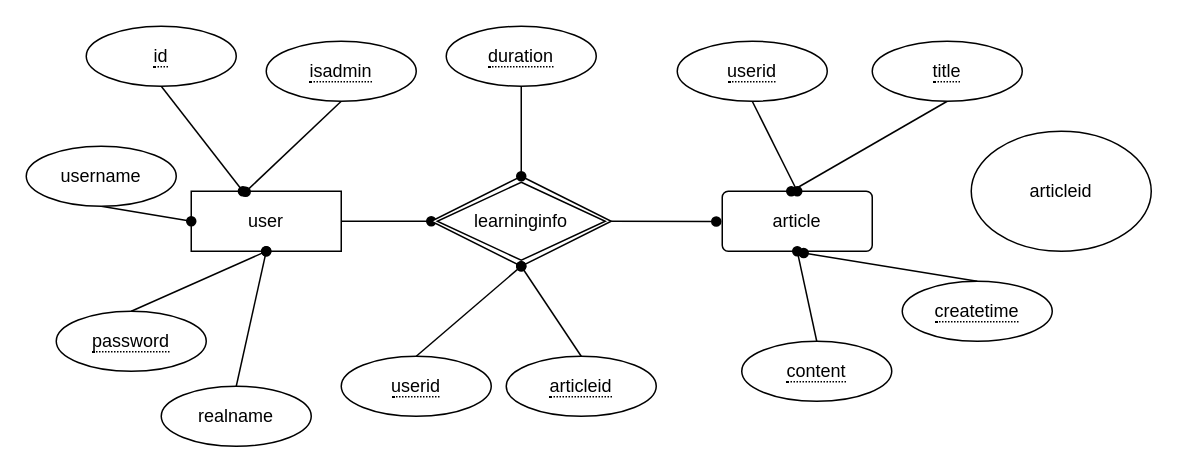
suckitfa/- keeps this draw.io diagram as Untitled Diagram.drawio. Above is the earlier version. Source tidied: cells renumbered, new cells numbered last; positions are measured from the earlier drawing's top-left corner, leaving out a move shared by most shapes. Both pictures are drawn from the tidied source at 150%, with x=0, y=0 at pixel (26, 26).
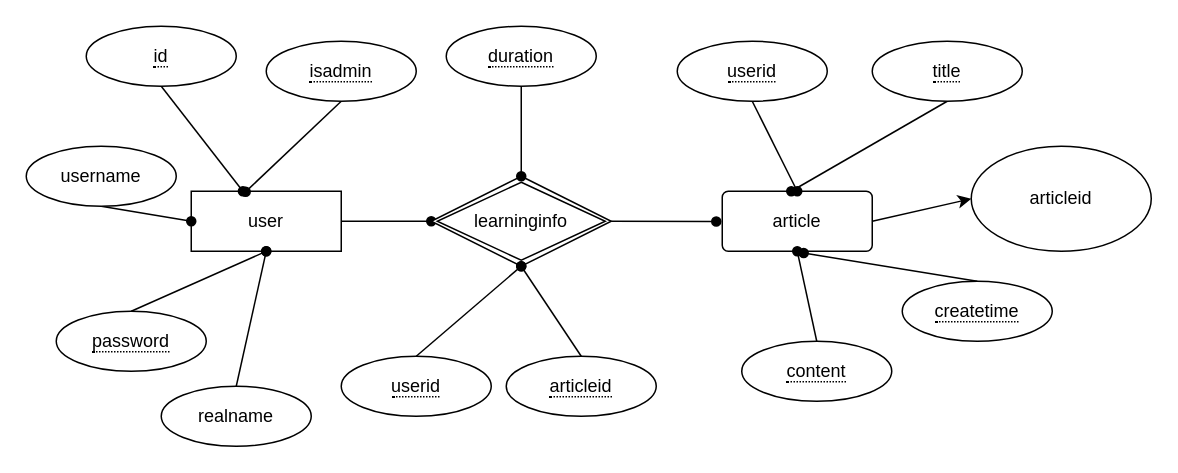
The same page after the edit.

Commit message:
更新数据表

The change refers to these unchanged cells:
```xml
<mxCell id="10" value="article" style="rounded=1;arcSize=10;whiteSpace=wrap;html=1;align=center;" parent="1" vertex="1">
  <mxGeometry x="464" y="110" width="100" height="40" as="geometry" />
</mxCell>
```

Change to the diagram source:
```diff
@@
+    <mxCell id="32" style="rounded=0;jettySize=auto;html=1;exitX=1;exitY=0.5;exitDx=0;exitDy=0;entryX=0;entryY=0.5;entryDx=0;entryDy=0;" parent="1" edge="1" source="10" target="31">
+      <mxGeometry relative="1" as="geometry" />
+    </mxCell>
@@
     <mxCell id="31" value="articleid" style="ellipse;whiteSpace=wrap;html=1;" parent="1" vertex="1">
-      <mxGeometry x="630" y="70" width="120" height="80" as="geometry" />
+      <mxGeometry x="630" y="80" width="120" height="70" as="geometry" />
     </mxCell>
```
